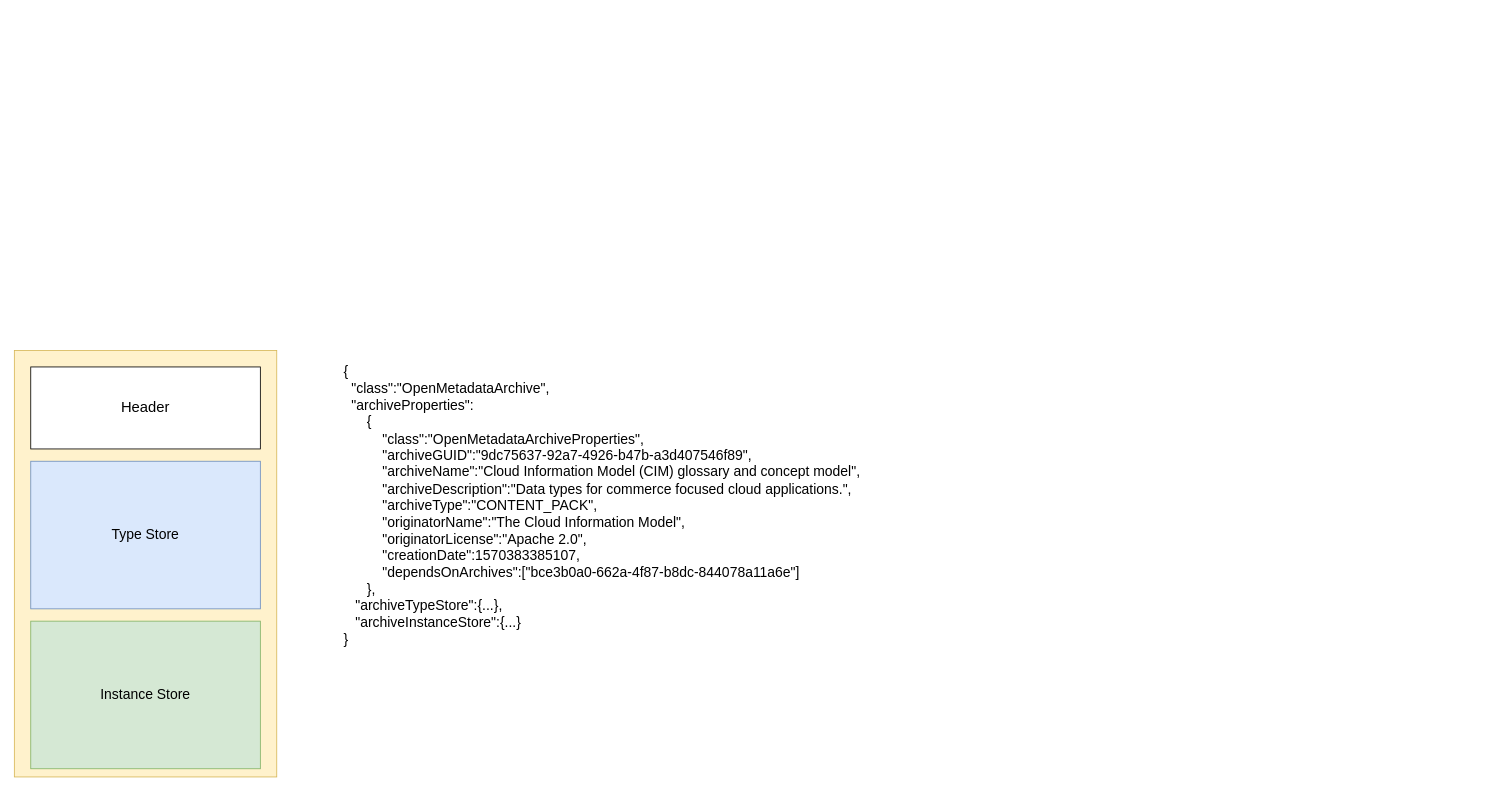
Earlier version of the draw.io diagram page "structure" (2 of 5) of open-metadata-resources/open-metadata-archives/docs/open-metadata-archives.drawio (odpi/egeria). Source tidied: cells renumbered, new cells numbered last; positions are measured from the earlier drawing's top-left corner, leaving out a move shared by most shapes. Both pictures are drawn from the tidied source at 82%, with x=0, y=0 at pixel (14, 350).
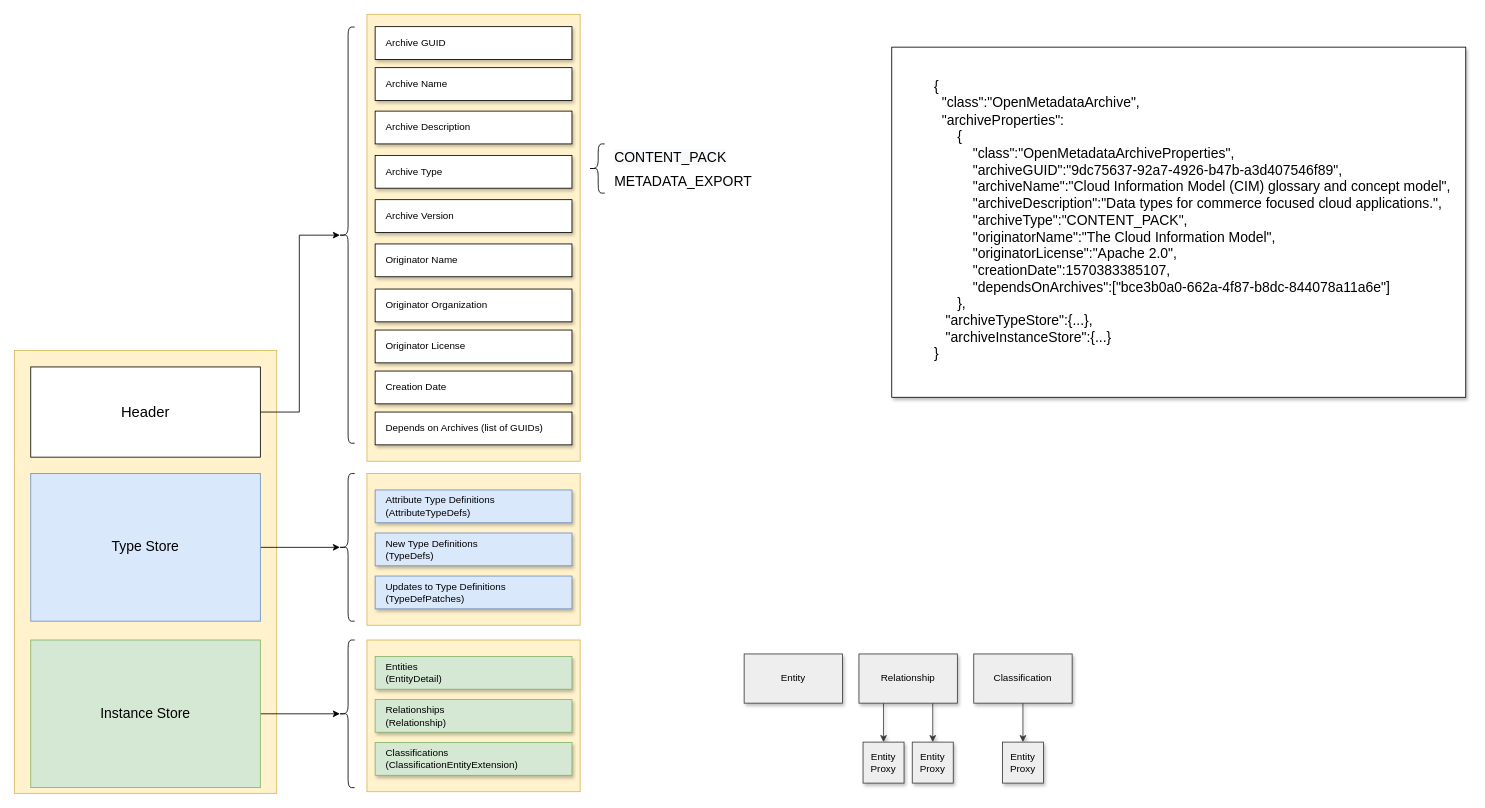
The same page after the edit.

Change to the diagram source:
```diff
@@
+    <mxCell id="7" style="rounded=0;whiteSpace=wrap;html=1;fillColor=#fff2cc;strokeColor=#d6b656;" parent="1" vertex="1">
+      <mxGeometry x="430" y="-410" width="260" height="545" as="geometry" />
+    </mxCell>
     <mxCell id="2" style="rounded=0;whiteSpace=wrap;html=1;fillColor=#fff2cc;strokeColor=#d6b656;" parent="1" vertex="1">
-      <mxGeometry width="320" height="520" as="geometry" />
+      <mxGeometry width="320" height="540" as="geometry" />
     </mxCell>
+    <mxCell id="8" style="edgeStyle=orthogonalEdgeStyle;rounded=0;jettySize=auto;html=1;entryX=0.1;entryY=0.5;entryDx=0;entryDy=0;entryPerimeter=0;" parent="1" edge="1" source="3" target="15">
+      <mxGeometry relative="1" as="geometry" />
+    </mxCell>
     <mxCell id="3" value="Header" style="rounded=0;whiteSpace=wrap;html=1;fontSize=18;" parent="1" vertex="1">
-      <mxGeometry x="20" y="20" width="280" height="100" as="geometry" />
+      <mxGeometry x="20" y="20" width="280" height="110" as="geometry" />
     </mxCell>
+    <mxCell id="9" style="edgeStyle=orthogonalEdgeStyle;rounded=0;jettySize=auto;html=1;exitX=1;exitY=0.5;exitDx=0;exitDy=0;entryX=0.1;entryY=0.5;entryDx=0;entryDy=0;entryPerimeter=0;shadow=0;" parent="1" edge="1" source="5" target="41">
+      <mxGeometry relative="1" as="geometry" />
+    </mxCell>
+    <mxCell id="5" value="Instance Store" style="rounded=0;whiteSpace=wrap;html=1;fontSize=17;fillColor=#d5e8d4;strokeColor=#82b366;" parent="1" vertex="1">
+      <mxGeometry x="20" y="353" width="280" height="180" as="geometry" />
+    </mxCell>
+    <mxCell id="10" value="Archive GUID" style="rounded=0;whiteSpace=wrap;html=1;fontSize=12;align=left;spacingLeft=11;shadow=1;" parent="1" vertex="1">
+      <mxGeometry x="440" y="-395" width="240" height="40" as="geometry" />
+    </mxCell>
+    <mxCell id="11" value="Archive Name" style="rounded=0;whiteSpace=wrap;html=1;fontSize=12;align=left;spacingLeft=11;shadow=1;" parent="1" vertex="1">
+      <mxGeometry x="440" y="-345" width="240" height="40" as="geometry" />
+    </mxCell>
+    <mxCell id="12" value="Archive Description" style="rounded=0;whiteSpace=wrap;html=1;fontSize=12;align=left;spacingLeft=11;shadow=1;" parent="1" vertex="1">
+      <mxGeometry x="440" y="-292" width="240" height="40" as="geometry" />
+    </mxCell>
+    <mxCell id="13" value="Archive Type" style="rounded=0;whiteSpace=wrap;html=1;fontSize=12;align=left;spacingLeft=11;shadow=1;" parent="1" vertex="1">
+      <mxGeometry x="440" y="-238" width="240" height="40" as="geometry" />
+    </mxCell>
+    <mxCell id="14" value="Archive Version" style="rounded=0;whiteSpace=wrap;html=1;fontSize=12;align=left;spacingLeft=11;shadow=1;" parent="1" vertex="1">
+      <mxGeometry x="440" y="-184" width="240" height="40" as="geometry" />
+    </mxCell>
+    <mxCell id="15" style="shape=curlyBracket;whiteSpace=wrap;html=1;rounded=1;fillColor=none;fontSize=12;align=center;size=0.6;" parent="1" vertex="1">
+      <mxGeometry x="395" y="-394.5" width="20" height="507.5" as="geometry" />
+    </mxCell>
+    <mxCell id="16" value="&lt;span style=&quot;color: rgb(0, 0, 0); font-family: helvetica; font-size: 17px; font-style: normal; font-weight: 400; letter-spacing: normal; text-align: left; text-indent: 0px; text-transform: none; word-spacing: 0px; background-color: rgb(248, 249, 250); display: inline; float: none;&quot;&gt;CONTENT_PACK&lt;/span&gt;" style="text;whiteSpace=wrap;html=1;" parent="1" vertex="1">
+      <mxGeometry x="730" y="-252" width="160" height="30" as="geometry" />
+    </mxCell>
+    <mxCell id="17" value="Originator Name" style="rounded=0;whiteSpace=wrap;html=1;fontSize=12;align=left;spacingLeft=11;shadow=1;" parent="1" vertex="1">
+      <mxGeometry x="440" y="-130" width="240" height="40" as="geometry" />
+    </mxCell>
+    <mxCell id="18" value="Originator Organization" style="rounded=0;whiteSpace=wrap;html=1;fontSize=12;align=left;spacingLeft=11;shadow=1;" parent="1" vertex="1">
+      <mxGeometry x="440" y="-75" width="240" height="40" as="geometry" />
+    </mxCell>
+    <mxCell id="19" value="Originator License" style="rounded=0;whiteSpace=wrap;html=1;fontSize=12;align=left;spacingLeft=11;shadow=1;" parent="1" vertex="1">
+      <mxGeometry x="440" y="-25" width="240" height="40" as="geometry" />
+    </mxCell>
+    <mxCell id="20" value="Creation Date" style="rounded=0;whiteSpace=wrap;html=1;fontSize=12;align=left;spacingLeft=11;shadow=1;" parent="1" vertex="1">
+      <mxGeometry x="440" y="25" width="240" height="40" as="geometry" />
+    </mxCell>
+    <mxCell id="21" value="Depends on Archives (list of GUIDs)" style="rounded=0;whiteSpace=wrap;html=1;fontSize=12;align=left;spacingLeft=11;shadow=1;" parent="1" vertex="1">
+      <mxGeometry x="440" y="75" width="240" height="40" as="geometry" />
+    </mxCell>
+    <mxCell id="22" value="&lt;font face=&quot;helvetica&quot;&gt;&lt;span style=&quot;font-size: 17px&quot;&gt;METADATA_EXPORT&lt;/span&gt;&lt;/font&gt;" style="text;whiteSpace=wrap;html=1;" parent="1" vertex="1">
+      <mxGeometry x="730" y="-222" width="160" height="30" as="geometry" />
+    </mxCell>
+    <mxCell id="23" style="shape=curlyBracket;whiteSpace=wrap;html=1;rounded=1;fillColor=none;fontSize=12;align=center;size=0.6;" parent="1" vertex="1">
+      <mxGeometry x="700" y="-252" width="20" height="60" as="geometry" />
+    </mxCell>
+    <mxCell id="24" style="rounded=0;whiteSpace=wrap;html=1;fillColor=#fff2cc;strokeColor=#d6b656;" parent="1" vertex="1">
+      <mxGeometry x="430" y="150" width="260" height="185" as="geometry" />
+    </mxCell>
+    <mxCell id="25" value="Attribute Type Definitions (AttributeTypeDefs)" style="rounded=0;whiteSpace=wrap;html=1;fontSize=12;align=left;spacingLeft=11;shadow=1;fillColor=#dae8fc;strokeColor=#6c8ebf;" parent="1" vertex="1">
+      <mxGeometry x="440" y="170" width="240" height="40" as="geometry" />
+    </mxCell>
+    <mxCell id="26" value="New Type Definitions &lt;br&gt;(TypeDefs)" style="rounded=0;whiteSpace=wrap;html=1;fontSize=12;align=left;spacingLeft=11;shadow=1;fillColor=#dae8fc;strokeColor=#6c8ebf;" parent="1" vertex="1">
+      <mxGeometry x="440" y="222.5" width="240" height="40" as="geometry" />
+    </mxCell>
+    <mxCell id="27" value="Updates to Type Definitions &lt;br&gt;(TypeDefPatches)" style="rounded=0;whiteSpace=wrap;html=1;fontSize=12;align=left;spacingLeft=11;shadow=1;fillColor=#dae8fc;strokeColor=#6c8ebf;" parent="1" vertex="1">
+      <mxGeometry x="440" y="275" width="240" height="40" as="geometry" />
+    </mxCell>
+    <mxCell id="28" style="rounded=0;whiteSpace=wrap;html=1;fillColor=#fff2cc;strokeColor=#d6b656;" parent="1" vertex="1">
+      <mxGeometry x="430" y="353" width="260" height="185" as="geometry" />
+    </mxCell>
+    <mxCell id="29" value="Entities&lt;br&gt;(EntityDetail)" style="rounded=0;whiteSpace=wrap;html=1;fontSize=12;align=left;spacingLeft=11;shadow=1;fillColor=#d5e8d4;strokeColor=#82b366;" parent="1" vertex="1">
+      <mxGeometry x="440" y="373" width="240" height="40" as="geometry" />
+    </mxCell>
+    <mxCell id="30" value="Relationships&lt;br&gt;(Relationship)" style="rounded=0;whiteSpace=wrap;html=1;fontSize=12;align=left;spacingLeft=11;shadow=1;fillColor=#d5e8d4;strokeColor=#82b366;" parent="1" vertex="1">
+      <mxGeometry x="440" y="425.5" width="240" height="40" as="geometry" />
+    </mxCell>
+    <mxCell id="31" value="Classifications&lt;br&gt;(ClassificationEntityExtension)" style="rounded=0;whiteSpace=wrap;html=1;fontSize=12;align=left;spacingLeft=11;shadow=1;fillColor=#d5e8d4;strokeColor=#82b366;" parent="1" vertex="1">
+      <mxGeometry x="440" y="478" width="240" height="40" as="geometry" />
+    </mxCell>
+    <mxCell id="32" value="Entity" style="rounded=0;whiteSpace=wrap;html=1;strokeWidth=1;fillColor=#eeeeee;align=center;strokeColor=#36393d;shadow=1;" parent="1" vertex="1">
+      <mxGeometry x="890" y="370" width="120" height="60" as="geometry" />
+    </mxCell>
+    <mxCell id="33" style="edgeStyle=orthogonalEdgeStyle;rounded=0;jettySize=auto;html=1;exitX=0.25;exitY=1;exitDx=0;exitDy=0;fillColor=#eeeeee;strokeColor=#36393d;shadow=1;" parent="1" edge="1" source="35" target="38">
+      <mxGeometry relative="1" as="geometry" />
+    </mxCell>
+    <mxCell id="34" style="edgeStyle=orthogonalEdgeStyle;rounded=0;jettySize=auto;html=1;exitX=0.75;exitY=1;exitDx=0;exitDy=0;fillColor=#eeeeee;strokeColor=#36393d;shadow=1;" parent="1" edge="1" source="35" target="39">
+      <mxGeometry relative="1" as="geometry" />
+    </mxCell>
+    <mxCell id="35" value="Relationship" style="rounded=0;whiteSpace=wrap;html=1;strokeWidth=1;fillColor=#eeeeee;align=center;strokeColor=#36393d;shadow=1;" parent="1" vertex="1">
+      <mxGeometry x="1030" y="370" width="120" height="60" as="geometry" />
+    </mxCell>
+    <mxCell id="36" style="edgeStyle=orthogonalEdgeStyle;rounded=0;jettySize=auto;html=1;fillColor=#eeeeee;strokeColor=#36393d;shadow=1;" parent="1" edge="1" source="37" target="40">
+      <mxGeometry relative="1" as="geometry" />
+    </mxCell>
+    <mxCell id="37" value="Classification" style="rounded=0;whiteSpace=wrap;html=1;strokeWidth=1;fillColor=#eeeeee;align=center;strokeColor=#36393d;shadow=1;" parent="1" vertex="1">
+      <mxGeometry x="1170" y="370" width="120" height="60" as="geometry" />
+    </mxCell>
+    <mxCell id="38" value="Entity&lt;br&gt;Proxy" style="whiteSpace=wrap;html=1;strokeWidth=1;fillColor=#eeeeee;align=center;strokeColor=#36393d;shadow=1;" parent="1" vertex="1">
+      <mxGeometry x="1035" y="477.5" width="50" height="50" as="geometry" />
+    </mxCell>
+    <mxCell id="39" value="Entity&lt;br&gt;Proxy" style="whiteSpace=wrap;html=1;strokeWidth=1;fillColor=#eeeeee;align=center;strokeColor=#36393d;shadow=1;" parent="1" vertex="1">
+      <mxGeometry x="1095" y="477.5" width="50" height="50" as="geometry" />
+    </mxCell>
+    <mxCell id="40" value="Entity&lt;br&gt;Proxy" style="whiteSpace=wrap;html=1;strokeWidth=1;fillColor=#eeeeee;align=center;strokeColor=#36393d;shadow=1;" parent="1" vertex="1">
+      <mxGeometry x="1205" y="477.5" width="50" height="50" as="geometry" />
+    </mxCell>
+    <mxCell id="41" style="shape=curlyBracket;whiteSpace=wrap;html=1;rounded=1;fillColor=none;fontSize=12;align=center;size=0.6;" parent="1" vertex="1">
+      <mxGeometry x="395" y="353" width="20" height="180" as="geometry" />
+    </mxCell>
+    <mxCell id="42" style="shape=curlyBracket;whiteSpace=wrap;html=1;rounded=1;fillColor=none;fontSize=12;align=center;size=0.6;" parent="1" vertex="1">
+      <mxGeometry x="395" y="150" width="20" height="180" as="geometry" />
+    </mxCell>
+    <mxCell id="43" style="edgeStyle=orthogonalEdgeStyle;rounded=0;jettySize=auto;html=1;exitX=1;exitY=0.5;exitDx=0;exitDy=0;entryX=0.1;entryY=0.5;entryDx=0;entryDy=0;entryPerimeter=0;shadow=0;" parent="1" edge="1" source="4" target="42">
+      <mxGeometry relative="1" as="geometry" />
+    </mxCell>
     <mxCell id="4" value="Type Store" style="rounded=0;whiteSpace=wrap;html=1;fontSize=17;fillColor=#dae8fc;strokeColor=#6c8ebf;" parent="1" vertex="1">
-      <mxGeometry x="20" y="135" width="280" height="180" as="geometry" />
+      <mxGeometry x="20" y="150" width="280" height="180" as="geometry" />
     </mxCell>
-    <mxCell id="5" value="Instance Store" style="rounded=0;whiteSpace=wrap;html=1;fontSize=17;fillColor=#d5e8d4;strokeColor=#82b366;" parent="1" vertex="1">
-      <mxGeometry x="20" y="330" width="280" height="180" as="geometry" />
-    </mxCell>
+    <mxCell id="44" style="rounded=0;whiteSpace=wrap;html=1;shadow=1;" parent="1" vertex="1">
+      <mxGeometry x="1070" y="-370" width="700" height="427" as="geometry" />
+    </mxCell>
     <mxCell id="6" value="{&lt;br&gt;&amp;nbsp; &quot;class&quot;:&quot;OpenMetadataArchive&quot;,&lt;br&gt;&amp;nbsp; &quot;archiveProperties&quot;:&lt;br&gt;&amp;nbsp; &amp;nbsp; &amp;nbsp; {&lt;br&gt;&amp;nbsp; &amp;nbsp; &amp;nbsp; &amp;nbsp; &amp;nbsp; &quot;class&quot;:&quot;OpenMetadataArchiveProperties&quot;,&lt;br&gt;&amp;nbsp; &amp;nbsp; &amp;nbsp; &amp;nbsp; &amp;nbsp; &quot;archiveGUID&quot;:&quot;9dc75637-92a7-4926-b47b-a3d407546f89&quot;,&lt;br&gt;&amp;nbsp; &amp;nbsp; &amp;nbsp; &amp;nbsp; &amp;nbsp; &quot;archiveName&quot;:&quot;Cloud Information Model (CIM) glossary and concept model&quot;,&lt;br&gt;&amp;nbsp; &amp;nbsp; &amp;nbsp; &amp;nbsp; &amp;nbsp; &quot;archiveDescription&quot;:&quot;Data types for commerce focused cloud applications.&quot;,&lt;br&gt;&amp;nbsp; &amp;nbsp; &amp;nbsp; &amp;nbsp; &amp;nbsp; &quot;archiveType&quot;:&quot;CONTENT_PACK&quot;,&lt;br&gt;&amp;nbsp; &amp;nbsp; &amp;nbsp; &amp;nbsp; &amp;nbsp; &quot;originatorName&quot;:&quot;The Cloud Information Model&quot;,&lt;br&gt;&amp;nbsp; &amp;nbsp; &amp;nbsp; &amp;nbsp; &amp;nbsp; &quot;originatorLicense&quot;:&quot;Apache 2.0&quot;,&lt;br&gt;&amp;nbsp; &amp;nbsp; &amp;nbsp; &amp;nbsp; &amp;nbsp; &quot;creationDate&quot;:1570383385107,&lt;br&gt;&amp;nbsp; &amp;nbsp; &amp;nbsp; &amp;nbsp; &amp;nbsp; &quot;dependsOnArchives&quot;:[&quot;bce3b0a0-662a-4f87-b8dc-844078a11a6e&quot;]&lt;br&gt;&amp;nbsp; &amp;nbsp; &amp;nbsp; },&amp;nbsp;&lt;br&gt;&amp;nbsp; &amp;nbsp;&quot;archiveTypeStore&quot;:{...},&lt;br&gt;&amp;nbsp; &amp;nbsp;&quot;archiveInstanceStore&quot;:{...}&lt;br&gt;}" style="text;html=1;fontSize=17;" parent="1" vertex="1">
-      <mxGeometry x="400" y="10" width="650" height="500" as="geometry" />
+      <mxGeometry x="1120" y="-338" width="650" height="360" as="geometry" />
     </mxCell>
```
